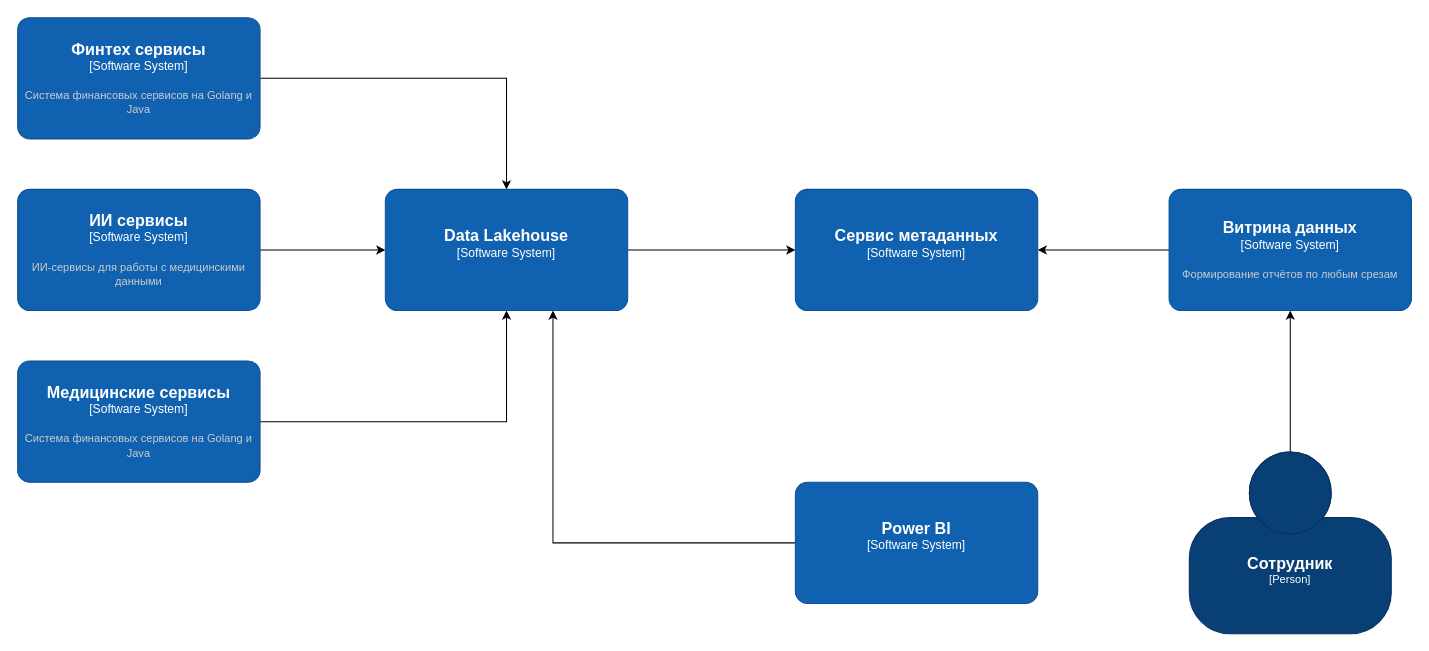
Above: page "C1" (1 of 4) of Task1/c2.drawio in asbelon/architecture-future_2_0 (draw.io), before the change. Source tidied: cells renumbered, new cells numbered last; positions are measured from the earlier drawing's top-left corner, leaving out a move shared by most shapes. Both pictures are drawn from the tidied source at 101%, with x=0, y=0 at pixel (17, 17).
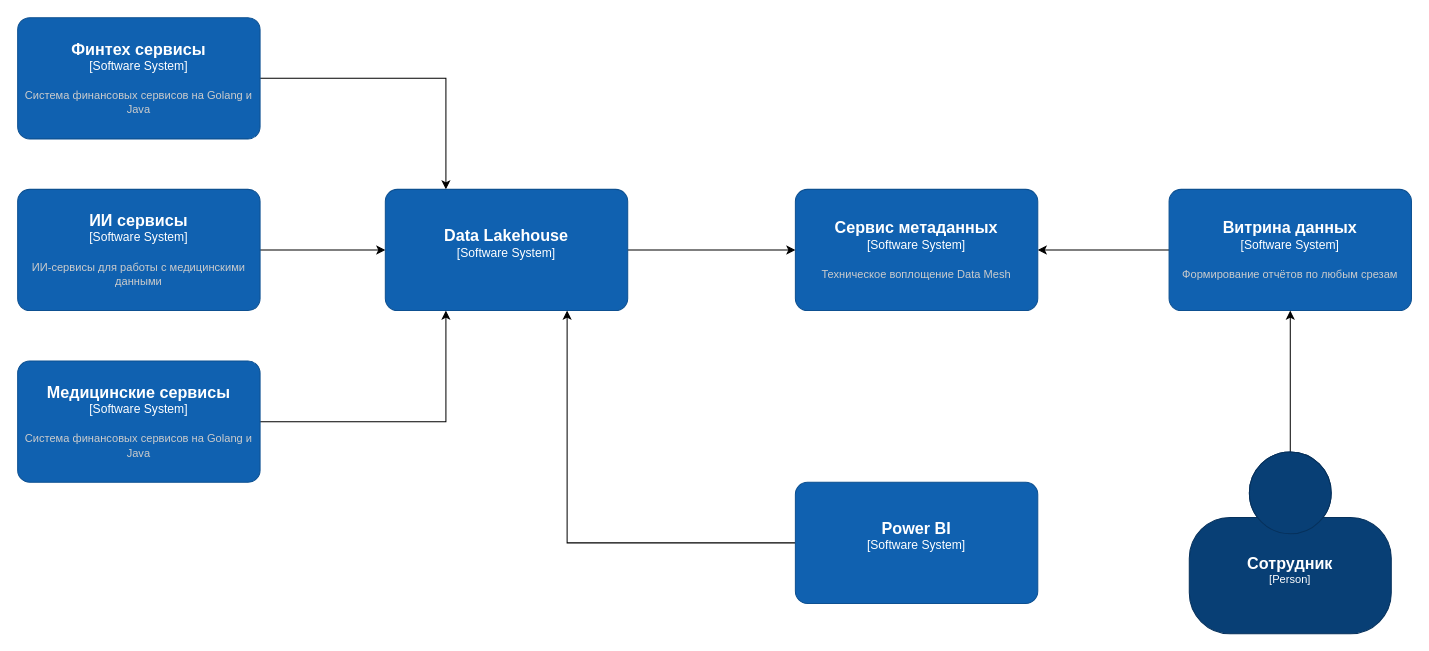
Above is the later version.

Unchanged cells that the change refers to:
```xml
<object id="5" label="&lt;font style=&quot;font-size: 16px&quot;&gt;&lt;b&gt;%c4Name%&lt;/b&gt;&lt;/font&gt;&lt;div&gt;[%c4Type%]&lt;/div&gt;&lt;br&gt;&lt;div&gt;&lt;font style=&quot;font-size: 11px&quot;&gt;&lt;font color=&quot;#cccccc&quot;&gt;%c4Description%&lt;/font&gt;&lt;/div&gt;" c4Description="Система финансовых сервисов на Golang и Java" c4Name="Финтех сервисы" c4Type="Software System" placeholders="1">
  <mxCell style="rounded=1;whiteSpace=wrap;html=1;labelBackgroundColor=none;fillColor=#1061B0;fontColor=#ffffff;align=center;arcSize=10;strokeColor=#0D5091;points=[[0.25,0,0],[0.5,0,0],[0.75,0,0],[1,0.25,0],[1,0.5,0],[1,0.75,0],[0.75,1,0],[0.5,1,0],[0.25,1,0],[0,0.75,0],[0,0.5,0],[0,0.25,0]];" parent="1" vertex="1">
    <mxGeometry width="240" height="120" as="geometry" />
  </mxCell>
</object>
<object id="9" label="&lt;font style=&quot;font-size: 16px&quot;&gt;&lt;b&gt;%c4Name%&lt;/b&gt;&lt;/font&gt;&lt;div&gt;[%c4Type%]&lt;/div&gt;&lt;br&gt;&lt;div&gt;&lt;font style=&quot;font-size: 11px&quot;&gt;&lt;font color=&quot;#cccccc&quot;&gt;%c4Description%&lt;/font&gt;&lt;/div&gt;" c4Description="" c4Name="Data Lakehouse" c4Type="Software System" placeholders="1">
  <mxCell style="rounded=1;whiteSpace=wrap;html=1;labelBackgroundColor=none;fillColor=#1061B0;fontColor=#ffffff;align=center;arcSize=10;strokeColor=#0D5091;points=[[0.25,0,0],[0.5,0,0],[0.75,0,0],[1,0.25,0],[1,0.5,0],[1,0.75,0],[0.75,1,0],[0.5,1,0],[0.25,1,0],[0,0.75,0],[0,0.5,0],[0,0.25,0]];" parent="1" vertex="1">
    <mxGeometry x="364" y="170" width="240" height="120" as="geometry" />
  </mxCell>
</object>
<object id="11" label="&lt;font style=&quot;font-size: 16px&quot;&gt;&lt;b&gt;%c4Name%&lt;/b&gt;&lt;/font&gt;&lt;div&gt;[%c4Type%]&lt;/div&gt;&lt;br&gt;&lt;div&gt;&lt;font style=&quot;font-size: 11px&quot;&gt;&lt;font color=&quot;#cccccc&quot;&gt;%c4Description%&lt;/font&gt;&lt;/div&gt;" c4Description="" c4Name="Power BI" c4Type="Software System" placeholders="1">
  <mxCell style="rounded=1;whiteSpace=wrap;html=1;labelBackgroundColor=none;fillColor=#1061B0;fontColor=#ffffff;align=center;arcSize=10;strokeColor=#0D5091;points=[[0.25,0,0],[0.5,0,0],[0.75,0,0],[1,0.25,0],[1,0.5,0],[1,0.75,0],[0.75,1,0],[0.5,1,0],[0.25,1,0],[0,0.75,0],[0,0.5,0],[0,0.25,0]];" parent="1" vertex="1">
    <mxGeometry x="770" y="460" width="240" height="120" as="geometry" />
  </mxCell>
</object>
<object id="13" label="&lt;font style=&quot;font-size: 16px&quot;&gt;&lt;b&gt;%c4Name%&lt;/b&gt;&lt;/font&gt;&lt;div&gt;[%c4Type%]&lt;/div&gt;&lt;br&gt;&lt;div&gt;&lt;font style=&quot;font-size: 11px&quot;&gt;&lt;font color=&quot;#cccccc&quot;&gt;%c4Description%&lt;/font&gt;&lt;/div&gt;" c4Description="Система финансовых сервисов на Golang и Java" c4Name="Медицинские сервисы" c4Type="Software System" placeholders="1">
  <mxCell style="rounded=1;whiteSpace=wrap;html=1;labelBackgroundColor=none;fillColor=#1061B0;fontColor=#ffffff;align=center;arcSize=10;strokeColor=#0D5091;points=[[0.25,0,0],[0.5,0,0],[0.75,0,0],[1,0.25,0],[1,0.5,0],[1,0.75,0],[0.75,1,0],[0.5,1,0],[0.25,1,0],[0,0.75,0],[0,0.5,0],[0,0.25,0]];" parent="1" vertex="1">
    <mxGeometry y="340" width="240" height="120" as="geometry" />
  </mxCell>
</object>
```

Diff of the diagram source:
```diff
@@
-    <mxCell id="4" style="edgeStyle=orthogonalEdgeStyle;rounded=0;jettySize=auto;html=1;" parent="1" edge="1" source="5" target="9">
+    <mxCell id="4" style="edgeStyle=orthogonalEdgeStyle;rounded=0;jettySize=auto;html=1;entryX=0.25;entryY=0;entryDx=0;entryDy=0;entryPerimeter=0;" parent="1" edge="1" source="5" target="9">
       <mxGeometry relative="1" as="geometry" />
     </mxCell>
@@
-    <mxCell id="10" style="edgeStyle=orthogonalEdgeStyle;rounded=0;jettySize=auto;html=1;" parent="1" edge="1" source="11" target="9">
-      <mxGeometry relative="1" as="geometry">
-        <Array as="points">
-          <mxPoint x="530" y="420" />
-          <mxPoint x="530" y="420" />
-        </Array>
-      </mxGeometry>
+    <mxCell id="10" style="edgeStyle=orthogonalEdgeStyle;rounded=0;jettySize=auto;html=1;entryX=0.75;entryY=1;entryDx=0;entryDy=0;entryPerimeter=0;exitX=0;exitY=0.5;exitDx=0;exitDy=0;exitPerimeter=0;" parent="1" edge="1" source="11" target="9">
+      <mxGeometry relative="1" as="geometry" />
     </mxCell>
@@
-    <mxCell id="12" style="edgeStyle=orthogonalEdgeStyle;rounded=0;jettySize=auto;html=1;" parent="1" edge="1" source="13" target="9">
+    <mxCell id="12" style="edgeStyle=orthogonalEdgeStyle;rounded=0;jettySize=auto;html=1;entryX=0.25;entryY=1;entryDx=0;entryDy=0;entryPerimeter=0;" parent="1" edge="1" source="13" target="9">
       <mxGeometry relative="1" as="geometry" />
     </mxCell>
@@
-    <object id="14" label="&lt;font style=&quot;font-size: 16px&quot;&gt;&lt;b&gt;%c4Name%&lt;/b&gt;&lt;/font&gt;&lt;div&gt;[%c4Type%]&lt;/div&gt;&lt;br&gt;&lt;div&gt;&lt;font style=&quot;font-size: 11px&quot;&gt;&lt;font color=&quot;#cccccc&quot;&gt;%c4Description%&lt;/font&gt;&lt;/div&gt;" c4Description="" c4Name="Сервис метаданных" c4Type="Software System" placeholders="1">
+    <object id="14" label="&lt;font style=&quot;font-size: 16px&quot;&gt;&lt;b&gt;%c4Name%&lt;/b&gt;&lt;/font&gt;&lt;div&gt;[%c4Type%]&lt;/div&gt;&lt;br&gt;&lt;div&gt;&lt;font style=&quot;font-size: 11px&quot;&gt;&lt;font color=&quot;#cccccc&quot;&gt;%c4Description%&lt;/font&gt;&lt;/div&gt;" c4Description="Техническое воплощение Data Mesh" c4Name="Сервис метаданных" c4Type="Software System" placeholders="1">
       <mxCell style="rounded=1;whiteSpace=wrap;html=1;labelBackgroundColor=none;fillColor=#1061B0;fontColor=#ffffff;align=center;arcSize=10;strokeColor=#0D5091;points=[[0.25,0,0],[0.5,0,0],[0.75,0,0],[1,0.25,0],[1,0.5,0],[1,0.75,0],[0.75,1,0],[0.5,1,0],[0.25,1,0],[0,0.75,0],[0,0.5,0],[0,0.25,0]];" parent="1" vertex="1">
         <mxGeometry x="770" y="170" width="240" height="120" as="geometry" />
       </mxCell>
     </object>
```
